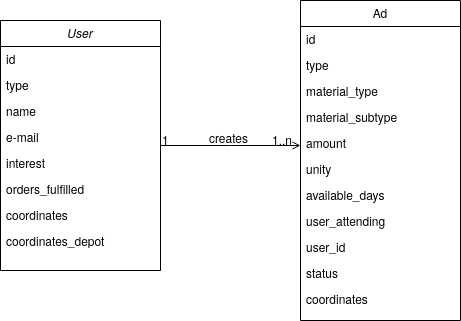
Before: documentation/classDiagram.png, a diagram exported from draw.io (vivirodrigues/Carrinheiros). Source tidied: cells renumbered, new cells last; positions are measured from the earlier drawing's top-left corner, leaving out a move shared by most shapes.
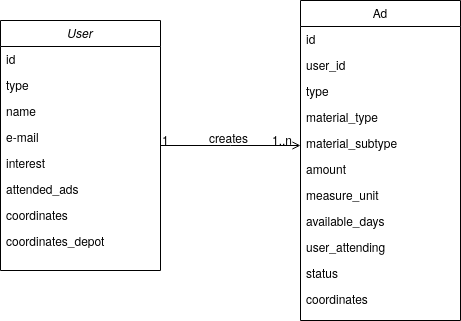
The same diagram one commit later.

The edit, as a diff of the source:
```diff
@@ -20,7 +20,7 @@
     <mxCell id="7" value="interest" style="text;align=left;verticalAlign=top;spacingLeft=4;spacingRight=4;overflow=hidden;rounded=0;shadow=0;html=0;" parent="2" vertex="1">
       <mxGeometry y="130" width="160" height="26" as="geometry" />
     </mxCell>
-    <mxCell id="8" value="orders_fulfilled" style="text;align=left;verticalAlign=top;spacingLeft=4;spacingRight=4;overflow=hidden;rounded=0;shadow=0;html=0;" parent="2" vertex="1">
+    <mxCell id="8" value="attended_ads" style="text;align=left;verticalAlign=top;spacingLeft=4;spacingRight=4;overflow=hidden;rounded=0;shadow=0;html=0;" parent="2" vertex="1">
       <mxGeometry y="156" width="160" height="26" as="geometry" />
     </mxCell>
     <mxCell id="9" value="coordinates" style="text;align=left;verticalAlign=top;spacingLeft=4;spacingRight=4;overflow=hidden;rounded=0;shadow=0;html=0;" parent="2" vertex="1">
@@ -35,28 +35,28 @@
     <mxCell id="12" value="id" style="text;align=left;verticalAlign=top;spacingLeft=4;spacingRight=4;overflow=hidden;" parent="11" vertex="1">
       <mxGeometry y="26" width="160" height="26" as="geometry" />
     </mxCell>
-    <mxCell id="13" value="type" style="text;align=left;verticalAlign=top;spacingLeft=4;spacingRight=4;overflow=hidden;rounded=0;shadow=0;html=0;" parent="11" vertex="1">
+    <mxCell id="13" value="user_id" style="text;align=left;verticalAlign=top;spacingLeft=4;spacingRight=4;overflow=hidden;rounded=0;shadow=0;html=0;" parent="11" vertex="1">
       <mxGeometry y="52" width="160" height="26" as="geometry" />
     </mxCell>
-    <mxCell id="14" value="material_type" style="text;align=left;verticalAlign=top;spacingLeft=4;spacingRight=4;overflow=hidden;" parent="11" vertex="1">
+    <mxCell id="14" value="type" style="text;align=left;verticalAlign=top;spacingLeft=4;spacingRight=4;overflow=hidden;rounded=0;shadow=0;html=0;" parent="11" vertex="1">
       <mxGeometry y="78" width="160" height="26" as="geometry" />
     </mxCell>
-    <mxCell id="15" value="material_subtype" style="text;align=left;verticalAlign=top;spacingLeft=4;spacingRight=4;overflow=hidden;" parent="11" vertex="1">
+    <mxCell id="15" value="material_type" style="text;align=left;verticalAlign=top;spacingLeft=4;spacingRight=4;overflow=hidden;" parent="11" vertex="1">
       <mxGeometry y="104" width="160" height="26" as="geometry" />
     </mxCell>
-    <mxCell id="16" value="amount" style="text;align=left;verticalAlign=top;spacingLeft=4;spacingRight=4;overflow=hidden;rounded=0;shadow=0;html=0;" parent="11" vertex="1">
+    <mxCell id="16" value="material_subtype" style="text;align=left;verticalAlign=top;spacingLeft=4;spacingRight=4;overflow=hidden;" parent="11" vertex="1">
       <mxGeometry y="130" width="160" height="26" as="geometry" />
     </mxCell>
-    <mxCell id="17" value="unity" style="text;align=left;verticalAlign=top;spacingLeft=4;spacingRight=4;overflow=hidden;rounded=0;shadow=0;html=0;" parent="11" vertex="1">
+    <mxCell id="17" value="amount" style="text;align=left;verticalAlign=top;spacingLeft=4;spacingRight=4;overflow=hidden;rounded=0;shadow=0;html=0;" parent="11" vertex="1">
       <mxGeometry y="156" width="160" height="26" as="geometry" />
     </mxCell>
-    <mxCell id="18" value="available_days" style="text;align=left;verticalAlign=top;spacingLeft=4;spacingRight=4;overflow=hidden;" parent="11" vertex="1">
+    <mxCell id="18" value="measure_unit" style="text;align=left;verticalAlign=top;spacingLeft=4;spacingRight=4;overflow=hidden;rounded=0;shadow=0;html=0;" parent="11" vertex="1">
       <mxGeometry y="182" width="160" height="26" as="geometry" />
     </mxCell>
-    <mxCell id="19" value="user_attending" style="text;align=left;verticalAlign=top;spacingLeft=4;spacingRight=4;overflow=hidden;rounded=0;shadow=0;html=0;" parent="11" vertex="1">
+    <mxCell id="19" value="available_days" style="text;align=left;verticalAlign=top;spacingLeft=4;spacingRight=4;overflow=hidden;" parent="11" vertex="1">
       <mxGeometry y="208" width="160" height="26" as="geometry" />
     </mxCell>
-    <mxCell id="20" value="user_id" style="text;align=left;verticalAlign=top;spacingLeft=4;spacingRight=4;overflow=hidden;rounded=0;shadow=0;html=0;" parent="11" vertex="1">
+    <mxCell id="20" value="user_attending" style="text;align=left;verticalAlign=top;spacingLeft=4;spacingRight=4;overflow=hidden;rounded=0;shadow=0;html=0;" parent="11" vertex="1">
       <mxGeometry y="234" width="160" height="26" as="geometry" />
     </mxCell>
     <mxCell id="21" value="status" style="text;align=left;verticalAlign=top;spacingLeft=4;spacingRight=4;overflow=hidden;rounded=0;shadow=0;html=0;" parent="11" vertex="1">
```
